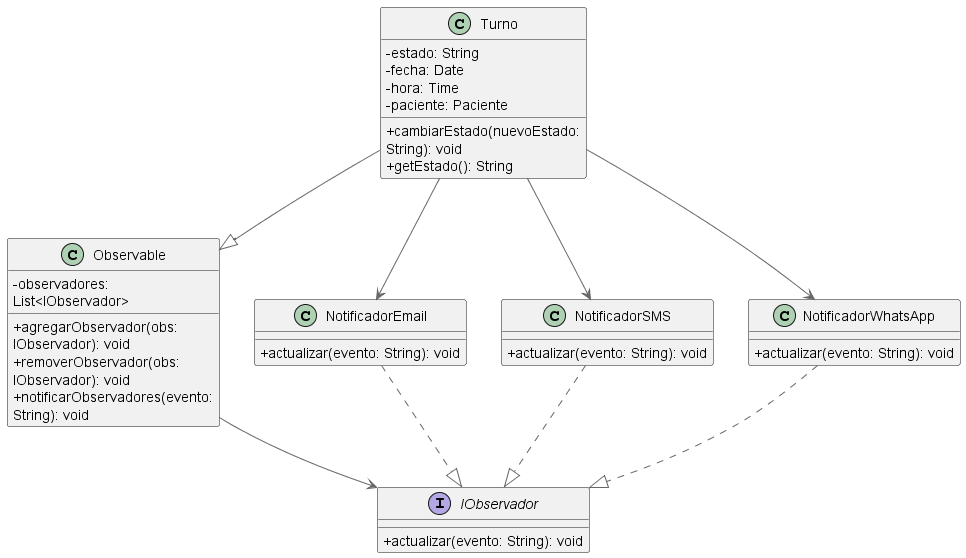
Purezaamor/SistemaTurnosMedicos keeps this PlantUML diagram as diagramas/01-diagrama-clases/01-patron-comportamiento-observer.png. Above is the earlier version.
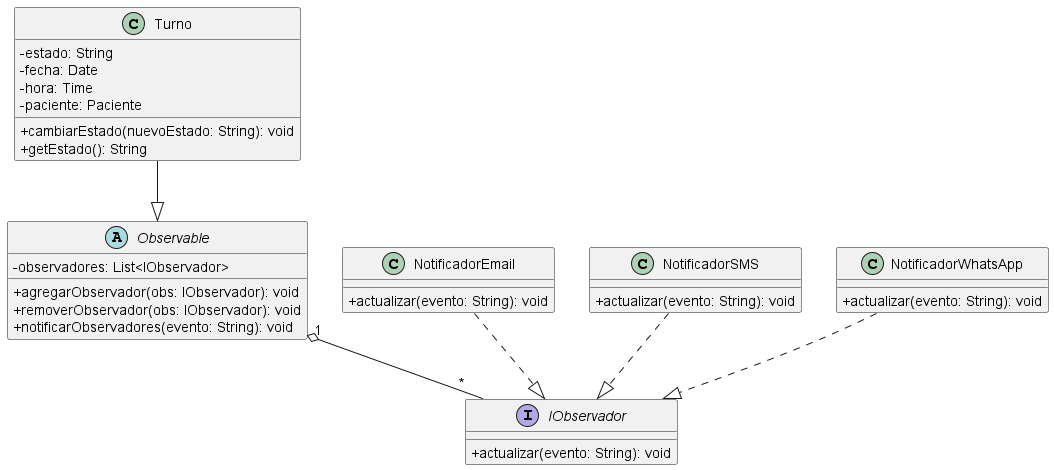
The same file after the commit.

Commit message:
Refactor documentación y diagramas: correcciones SOLID, patrones GoF y bitácora IA

What changed in the source:
```diff
@@ -1,12 +1,11 @@
 @startuml
-!include <C4/C4_Container>
 skinparam classAttributeIconSize 0
 
 interface IObservador {
   + actualizar(evento: String): void
 }
 
-class Observable {
+abstract class Observable  {
   - observadores: List<IObservador>
   + agregarObservador(obs: IObservador): void
   + removerObservador(obs: IObservador): void
@@ -34,13 +33,11 @@
   + actualizar(evento: String): void
 }
 
-Observable --> IObservador
+
+Observable "1" o-- "*" IObservador
 Turno --|> Observable
 NotificadorEmail ..|> IObservador
 NotificadorSMS ..|> IObservador
 NotificadorWhatsApp ..|> IObservador
-Turno --> NotificadorEmail
-Turno --> NotificadorSMS
-Turno --> NotificadorWhatsApp
 
 @enduml
```
